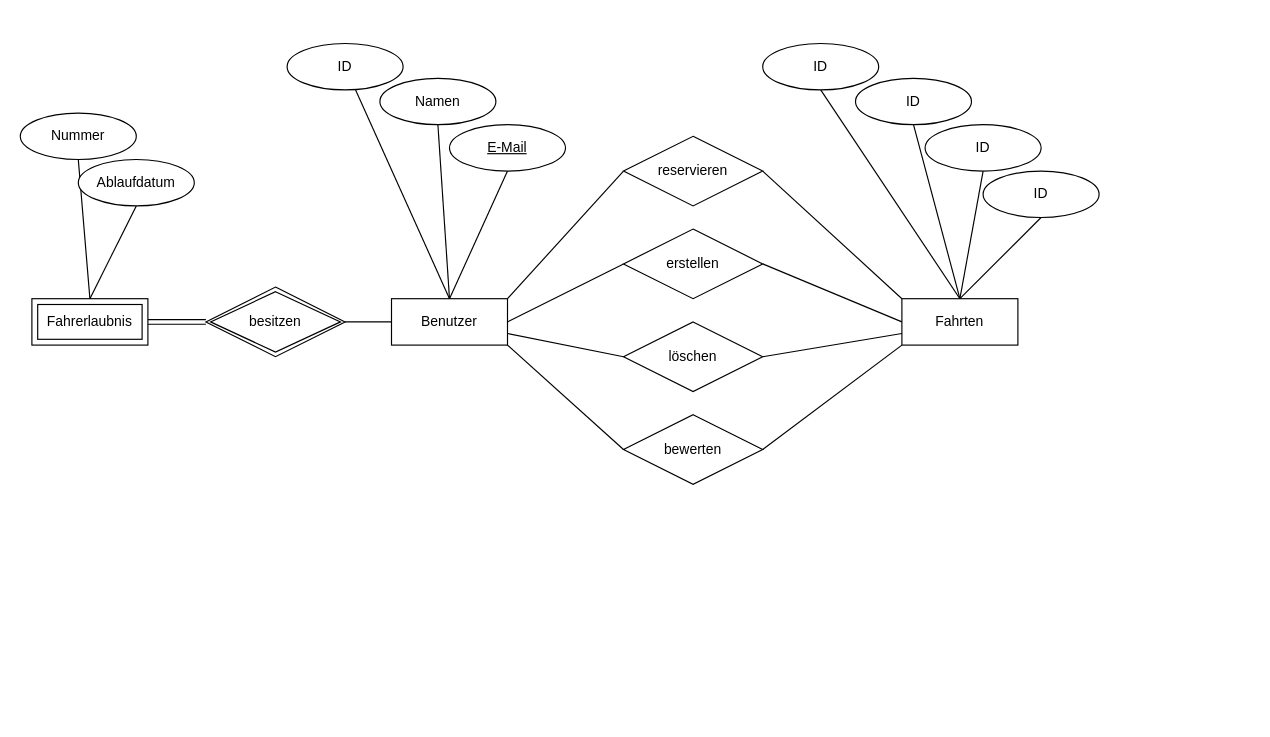
Before: block1-ws2122/Untitled Diagram.drawio in Deawsp/Datenbank, a draw.io diagram. Source tidied: cells renumbered, new cells numbered last; positions are measured from the earlier drawing's top-left corner, leaving out a move shared by most shapes. Both pictures are drawn from the tidied source at 116%, with x=0, y=0 at pixel (20, 43).
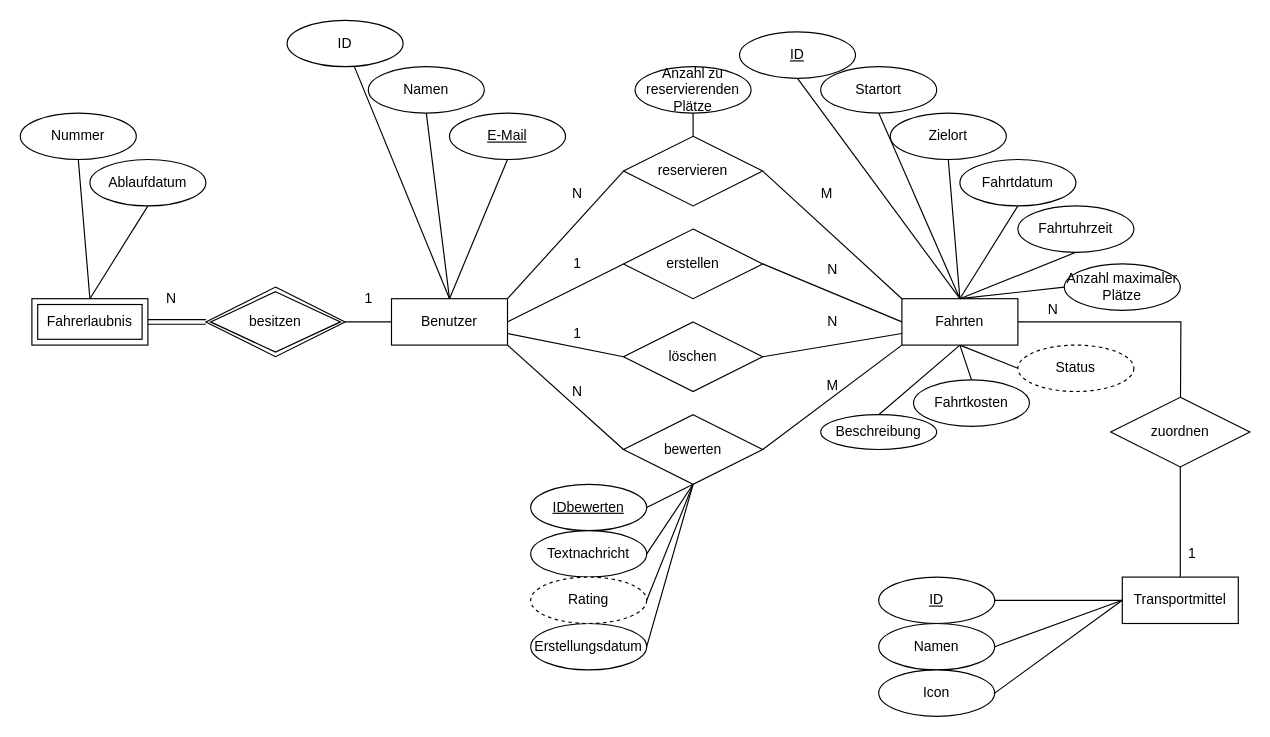
Above is the later version.

The change refers to these unchanged cells:
```xml
<mxCell id="8" value="Benutzer" style="whiteSpace=wrap;html=1;align=center;" parent="1" vertex="1">
  <mxGeometry x="320" y="220" width="100" height="40" as="geometry" />
</mxCell>
<mxCell id="10" value="Fahrerlaubnis" style="shape=ext;margin=3;double=1;whiteSpace=wrap;html=1;align=center;" parent="1" vertex="1">
  <mxGeometry x="10" y="220" width="100" height="40" as="geometry" />
</mxCell>
<mxCell id="19" value="Nummer" style="ellipse;whiteSpace=wrap;html=1;align=center;" parent="1" vertex="1">
  <mxGeometry y="60" width="100" height="40" as="geometry" />
</mxCell>
<mxCell id="23" value="Fahrten" style="whiteSpace=wrap;html=1;align=center;" parent="1" vertex="1">
  <mxGeometry x="760" y="220" width="100" height="40" as="geometry" />
</mxCell>
<mxCell id="25" value="reservieren" style="shape=rhombus;perimeter=rhombusPerimeter;whiteSpace=wrap;html=1;align=center;" parent="1" vertex="1">
  <mxGeometry x="520" y="80" width="120" height="60" as="geometry" />
</mxCell>
<mxCell id="30" value="bewerten" style="shape=rhombus;perimeter=rhombusPerimeter;whiteSpace=wrap;html=1;align=center;" parent="1" vertex="1">
  <mxGeometry x="520" y="320" width="120" height="60" as="geometry" />
</mxCell>
```

Diff of the diagram source:
```diff
@@
-    <mxCell id="3" style="rounded=0;jettySize=auto;html=1;exitX=0.5;exitY=0;exitDx=0;exitDy=0;endArrow=none;endFill=0;" parent="1" edge="1" source="8" target="13">
-      <mxGeometry relative="1" as="geometry" />
+    <mxCell id="3" style="rounded=0;jettySize=auto;html=1;exitX=0.5;exitY=0;exitDx=0;exitDy=0;endArrow=none;endFill=0;" parent="1" edge="1" source="8">
+      <mxGeometry relative="1" as="geometry">
+        <mxPoint x="287.9" y="19.7" as="targetPoint" />
+      </mxGeometry>
     </mxCell>
@@
     <mxCell id="13" value="ID" style="ellipse;whiteSpace=wrap;html=1;align=center;" parent="1" vertex="1">
-      <mxGeometry x="230" width="100" height="40" as="geometry" />
+      <mxGeometry x="230" y="-20" width="100" height="40" as="geometry" />
     </mxCell>
@@
     <mxCell id="15" value="Namen" style="ellipse;whiteSpace=wrap;html=1;align=center;" parent="1" vertex="1">
-      <mxGeometry x="310" y="30" width="100" height="40" as="geometry" />
+      <mxGeometry x="300" y="20" width="100" height="40" as="geometry" />
     </mxCell>
@@
     <mxCell id="17" value="&lt;u&gt;E-Mail&lt;/u&gt;" style="ellipse;whiteSpace=wrap;html=1;align=center;" parent="1" vertex="1">
-      <mxGeometry x="370" y="70" width="100" height="40" as="geometry" />
+      <mxGeometry x="370" y="60" width="100" height="40" as="geometry" />
     </mxCell>
-    <mxCell id="18" style="edgeStyle=none;rounded=0;jettySize=auto;html=1;exitX=0.5;exitY=1;exitDx=0;exitDy=0;entryX=0.5;entryY=0;entryDx=0;entryDy=0;endArrow=none;endFill=0;" parent="1" edge="1" source="19" target="10">
-      <mxGeometry relative="1" as="geometry" />
+    <mxCell id="18" style="edgeStyle=none;rounded=0;jettySize=auto;html=1;exitX=0.5;exitY=1;exitDx=0;exitDy=0;entryX=0.5;entryY=0;entryDx=0;entryDy=0;endArrow=none;endFill=0;" parent="1" edge="1" target="10">
+      <mxGeometry relative="1" as="geometry">
+        <mxPoint x="50" y="100" as="sourcePoint" />
+      </mxGeometry>
     </mxCell>
@@
     <mxCell id="21" value="Ablaufdatum" style="ellipse;whiteSpace=wrap;html=1;align=center;" parent="1" vertex="1">
-      <mxGeometry x="50" y="100" width="100" height="40" as="geometry" />
+      <mxGeometry x="60" y="100" width="100" height="40" as="geometry" />
     </mxCell>
@@
+    <mxCell id="39" style="edgeStyle=none;rounded=0;jettySize=auto;html=1;exitX=0.5;exitY=0;exitDx=0;exitDy=0;entryX=0.5;entryY=1;entryDx=0;entryDy=0;endArrow=none;endFill=0;" parent="1" edge="1" source="23" target="32">
+      <mxGeometry relative="1" as="geometry" />
+    </mxCell>
+    <mxCell id="40" style="edgeStyle=none;rounded=0;jettySize=auto;html=1;exitX=0.5;exitY=1;exitDx=0;exitDy=0;entryX=0.5;entryY=0;entryDx=0;entryDy=0;endArrow=none;endFill=0;" parent="1" edge="1" source="23" target="53">
+      <mxGeometry relative="1" as="geometry" />
+    </mxCell>
+    <mxCell id="41" style="edgeStyle=none;rounded=0;jettySize=auto;html=1;exitX=0.5;exitY=1;exitDx=0;exitDy=0;entryX=0.5;entryY=0;entryDx=0;entryDy=0;endArrow=none;endFill=0;" parent="1" edge="1" source="23" target="54">
+      <mxGeometry relative="1" as="geometry" />
+    </mxCell>
+    <mxCell id="42" style="edgeStyle=orthogonalEdgeStyle;rounded=0;jettySize=auto;html=1;exitX=1;exitY=0.5;exitDx=0;exitDy=0;endArrow=none;endFill=0;" parent="1" edge="1" source="23">
+      <mxGeometry relative="1" as="geometry">
+        <mxPoint x="1000" y="340" as="targetPoint" />
+      </mxGeometry>
+    </mxCell>
+    <mxCell id="43" style="edgeStyle=none;rounded=0;jettySize=auto;html=1;exitX=0.5;exitY=1;exitDx=0;exitDy=0;entryX=0;entryY=0.5;entryDx=0;entryDy=0;endArrow=none;endFill=0;" parent="1" edge="1" source="23" target="66">
+      <mxGeometry relative="1" as="geometry" />
+    </mxCell>
@@
+    <mxCell id="44" style="edgeStyle=none;rounded=0;jettySize=auto;html=1;exitX=0.5;exitY=1;exitDx=0;exitDy=0;entryX=1;entryY=0.5;entryDx=0;entryDy=0;endArrow=none;endFill=0;" parent="1" edge="1" source="30" target="67">
+      <mxGeometry relative="1" as="geometry" />
+    </mxCell>
+    <mxCell id="45" style="edgeStyle=none;rounded=0;jettySize=auto;html=1;exitX=0.5;exitY=1;exitDx=0;exitDy=0;entryX=1;entryY=0.5;entryDx=0;entryDy=0;endArrow=none;endFill=0;" parent="1" edge="1" source="30" target="68">
+      <mxGeometry relative="1" as="geometry" />
+    </mxCell>
+    <mxCell id="46" style="edgeStyle=none;rounded=0;jettySize=auto;html=1;exitX=0.5;exitY=1;exitDx=0;exitDy=0;entryX=1;entryY=0.5;entryDx=0;entryDy=0;endArrow=none;endFill=0;" parent="1" edge="1" source="30" target="69">
+      <mxGeometry relative="1" as="geometry" />
+    </mxCell>
+    <mxCell id="47" style="edgeStyle=none;rounded=0;jettySize=auto;html=1;exitX=0.5;exitY=1;exitDx=0;exitDy=0;entryX=1;entryY=0.5;entryDx=0;entryDy=0;endArrow=none;endFill=0;" parent="1" edge="1" source="30" target="70">
+      <mxGeometry relative="1" as="geometry" />
+    </mxCell>
@@
-    <mxCell id="31" style="edgeStyle=none;rounded=0;jettySize=auto;html=1;exitX=0.5;exitY=1;exitDx=0;exitDy=0;entryX=0.5;entryY=0;entryDx=0;entryDy=0;endArrow=none;endFill=0;" parent="1" edge="1" source="32" target="23">
-      <mxGeometry relative="1" as="geometry" />
-    </mxCell>
-    <mxCell id="32" value="ID" style="ellipse;whiteSpace=wrap;html=1;align=center;" parent="1" vertex="1">
-      <mxGeometry x="640" width="100" height="40" as="geometry" />
+    <mxCell id="32" value="&lt;u&gt;ID&lt;/u&gt;" style="ellipse;whiteSpace=wrap;html=1;align=center;" parent="1" vertex="1">
+      <mxGeometry x="620" y="-10" width="100" height="40" as="geometry" />
     </mxCell>
@@
-    <mxCell id="34" value="ID" style="ellipse;whiteSpace=wrap;html=1;align=center;" parent="1" vertex="1">
-      <mxGeometry x="720" y="30" width="100" height="40" as="geometry" />
+    <mxCell id="34" value="Startort" style="ellipse;whiteSpace=wrap;html=1;align=center;" parent="1" vertex="1">
+      <mxGeometry x="690" y="20" width="100" height="40" as="geometry" />
     </mxCell>
@@
-    <mxCell id="36" value="ID" style="ellipse;whiteSpace=wrap;html=1;align=center;" parent="1" vertex="1">
-      <mxGeometry x="780" y="70" width="100" height="40" as="geometry" />
+    <mxCell id="36" value="Zielort" style="ellipse;whiteSpace=wrap;html=1;align=center;" parent="1" vertex="1">
+      <mxGeometry x="750" y="60" width="100" height="40" as="geometry" />
     </mxCell>
-    <mxCell id="37" style="edgeStyle=none;rounded=0;jettySize=auto;html=1;exitX=0.5;exitY=1;exitDx=0;exitDy=0;endArrow=none;endFill=0;" parent="1" edge="1" source="38">
-      <mxGeometry relative="1" as="geometry">
-        <mxPoint x="810" y="220" as="targetPoint" />
-      </mxGeometry>
-    </mxCell>
+    <mxCell id="48" style="edgeStyle=none;rounded=0;jettySize=auto;html=1;exitX=0.5;exitY=1;exitDx=0;exitDy=0;entryX=0.5;entryY=0;entryDx=0;entryDy=0;endArrow=none;endFill=0;" parent="1" edge="1" source="38" target="23">
+      <mxGeometry relative="1" as="geometry" />
+    </mxCell>
-    <mxCell id="38" value="ID" style="ellipse;whiteSpace=wrap;html=1;align=center;" parent="1" vertex="1">
-      <mxGeometry x="830" y="110" width="100" height="40" as="geometry" />
+    <mxCell id="38" value="Fahrtdatum" style="ellipse;whiteSpace=wrap;html=1;align=center;" parent="1" vertex="1">
+      <mxGeometry x="810" y="100" width="100" height="40" as="geometry" />
     </mxCell>
+    <mxCell id="49" style="edgeStyle=none;rounded=0;jettySize=auto;html=1;exitX=0.5;exitY=1;exitDx=0;exitDy=0;entryX=0.5;entryY=0;entryDx=0;entryDy=0;endArrow=none;endFill=0;" parent="1" edge="1" source="50" target="23">
+      <mxGeometry relative="1" as="geometry" />
+    </mxCell>
+    <mxCell id="50" value="Fahrtuhrzeit" style="ellipse;whiteSpace=wrap;html=1;align=center;" parent="1" vertex="1">
+      <mxGeometry x="860" y="140" width="100" height="40" as="geometry" />
+    </mxCell>
+    <mxCell id="51" style="edgeStyle=none;rounded=0;jettySize=auto;html=1;exitX=0;exitY=0.5;exitDx=0;exitDy=0;entryX=0.5;entryY=0;entryDx=0;entryDy=0;endArrow=none;endFill=0;" parent="1" edge="1" source="52" target="23">
+      <mxGeometry relative="1" as="geometry" />
+    </mxCell>
+    <mxCell id="52" value="Anzahl maximaler Plätze" style="ellipse;whiteSpace=wrap;html=1;align=center;" parent="1" vertex="1">
+      <mxGeometry x="900" y="190" width="100" height="40" as="geometry" />
+    </mxCell>
+    <mxCell id="53" value="Beschreibung" style="ellipse;whiteSpace=wrap;html=1;align=center;" parent="1" vertex="1">
+      <mxGeometry x="690" y="320" width="100" height="30" as="geometry" />
+    </mxCell>
+    <mxCell id="54" value="Fahrtkosten" style="ellipse;whiteSpace=wrap;html=1;align=center;" parent="1" vertex="1">
+      <mxGeometry x="770" y="290" width="100" height="40" as="geometry" />
+    </mxCell>
+    <mxCell id="55" style="edgeStyle=none;rounded=0;jettySize=auto;html=1;exitX=0.5;exitY=1;exitDx=0;exitDy=0;entryX=0.5;entryY=0;entryDx=0;entryDy=0;endArrow=none;endFill=0;" parent="1" edge="1" source="56" target="25">
+      <mxGeometry relative="1" as="geometry" />
+    </mxCell>
+    <mxCell id="56" value="Anzahl zu reservierenden Plätze" style="ellipse;whiteSpace=wrap;html=1;align=center;" parent="1" vertex="1">
+      <mxGeometry x="530" y="20" width="100" height="40" as="geometry" />
+    </mxCell>
+    <mxCell id="57" style="edgeStyle=orthogonalEdgeStyle;rounded=0;jettySize=auto;html=1;exitX=0.5;exitY=1;exitDx=0;exitDy=0;entryX=0.5;entryY=0;entryDx=0;entryDy=0;endArrow=none;endFill=0;" parent="1" edge="1" source="58" target="59">
+      <mxGeometry relative="1" as="geometry" />
+    </mxCell>
+    <mxCell id="58" value="zuordnen" style="shape=rhombus;perimeter=rhombusPerimeter;whiteSpace=wrap;html=1;align=center;" parent="1" vertex="1">
+      <mxGeometry x="940" y="305" width="120" height="60" as="geometry" />
+    </mxCell>
+    <mxCell id="59" value="Transportmittel" style="whiteSpace=wrap;html=1;align=center;" parent="1" vertex="1">
+      <mxGeometry x="950" y="460" width="100" height="40" as="geometry" />
+    </mxCell>
+    <mxCell id="60" style="edgeStyle=none;rounded=0;jettySize=auto;html=1;exitX=1;exitY=0.5;exitDx=0;exitDy=0;entryX=0;entryY=0.5;entryDx=0;entryDy=0;endArrow=none;endFill=0;" parent="1" edge="1" source="61" target="59">
+      <mxGeometry relative="1" as="geometry" />
+    </mxCell>
+    <mxCell id="61" value="&lt;u&gt;ID&lt;/u&gt;" style="ellipse;whiteSpace=wrap;html=1;align=center;" parent="1" vertex="1">
+      <mxGeometry x="740" y="460" width="100" height="40" as="geometry" />
+    </mxCell>
+    <mxCell id="62" style="edgeStyle=none;rounded=0;jettySize=auto;html=1;exitX=1;exitY=0.5;exitDx=0;exitDy=0;endArrow=none;endFill=0;" parent="1" edge="1" source="63">
+      <mxGeometry relative="1" as="geometry">
+        <mxPoint x="950" y="480" as="targetPoint" />
+      </mxGeometry>
+    </mxCell>
+    <mxCell id="63" value="Namen" style="ellipse;whiteSpace=wrap;html=1;align=center;" parent="1" vertex="1">
+      <mxGeometry x="740" y="500" width="100" height="40" as="geometry" />
+    </mxCell>
+    <mxCell id="64" style="edgeStyle=none;rounded=0;jettySize=auto;html=1;exitX=1;exitY=0.5;exitDx=0;exitDy=0;entryX=0;entryY=0.5;entryDx=0;entryDy=0;endArrow=none;endFill=0;" parent="1" edge="1" source="65" target="59">
+      <mxGeometry relative="1" as="geometry" />
+    </mxCell>
+    <mxCell id="65" value="Icon" style="ellipse;whiteSpace=wrap;html=1;align=center;" parent="1" vertex="1">
+      <mxGeometry x="740" y="540" width="100" height="40" as="geometry" />
+    </mxCell>
+    <mxCell id="66" value="Status" style="ellipse;whiteSpace=wrap;html=1;align=center;dashed=1;" parent="1" vertex="1">
+      <mxGeometry x="860" y="260" width="100" height="40" as="geometry" />
+    </mxCell>
+    <mxCell id="67" value="&lt;u&gt;IDbewerten&lt;/u&gt;" style="ellipse;whiteSpace=wrap;html=1;align=center;" parent="1" vertex="1">
+      <mxGeometry x="440" y="380" width="100" height="40" as="geometry" />
+    </mxCell>
+    <mxCell id="68" value="Textnachricht" style="ellipse;whiteSpace=wrap;html=1;align=center;" parent="1" vertex="1">
+      <mxGeometry x="440" y="420" width="100" height="40" as="geometry" />
+    </mxCell>
+    <mxCell id="69" value="Erstellungsdatum" style="ellipse;whiteSpace=wrap;html=1;align=center;" parent="1" vertex="1">
+      <mxGeometry x="440" y="500" width="100" height="40" as="geometry" />
+    </mxCell>
+    <mxCell id="70" value="Rating" style="ellipse;whiteSpace=wrap;html=1;align=center;dashed=1;" parent="1" vertex="1">
+      <mxGeometry x="440" y="460" width="100" height="40" as="geometry" />
+    </mxCell>
+    <mxCell id="71" value="N" style="text;html=1;align=center;verticalAlign=middle;strokeColor=none;fillColor=none;" parent="1" vertex="1">
+      <mxGeometry x="880" y="220" width="20" height="20" as="geometry" />
+    </mxCell>
+    <mxCell id="72" value="1" style="text;html=1;align=center;verticalAlign=middle;strokeColor=none;fillColor=none;" parent="1" vertex="1">
+      <mxGeometry x="1000" y="430" width="20" height="20" as="geometry" />
+    </mxCell>
+    <mxCell id="73" value="1" style="text;html=1;align=center;verticalAlign=middle;strokeColor=none;fillColor=none;" parent="1" vertex="1">
+      <mxGeometry x="470" y="180" width="20" height="20" as="geometry" />
+    </mxCell>
+    <mxCell id="74" value="N" style="text;html=1;align=center;verticalAlign=middle;strokeColor=none;fillColor=none;" parent="1" vertex="1">
+      <mxGeometry x="690" y="185" width="20" height="20" as="geometry" />
+    </mxCell>
+    <mxCell id="75" value="1" style="text;html=1;align=center;verticalAlign=middle;strokeColor=none;fillColor=none;" parent="1" vertex="1">
+      <mxGeometry x="470" y="240" width="20" height="20" as="geometry" />
+    </mxCell>
+    <mxCell id="76" value="N" style="text;html=1;align=center;verticalAlign=middle;strokeColor=none;fillColor=none;" parent="1" vertex="1">
+      <mxGeometry x="690" y="230" width="20" height="20" as="geometry" />
+    </mxCell>
+    <mxCell id="77" value="N" style="text;html=1;align=center;verticalAlign=middle;strokeColor=none;fillColor=none;" parent="1" vertex="1">
+      <mxGeometry x="470" y="290" width="20" height="20" as="geometry" />
+    </mxCell>
+    <mxCell id="78" value="M" style="text;html=1;align=center;verticalAlign=middle;strokeColor=none;fillColor=none;" parent="1" vertex="1">
+      <mxGeometry x="685" y="285" width="30" height="20" as="geometry" />
+    </mxCell>
+    <mxCell id="79" value="N" style="text;html=1;align=center;verticalAlign=middle;strokeColor=none;fillColor=none;" parent="1" vertex="1">
+      <mxGeometry x="470" y="120" width="20" height="20" as="geometry" />
+    </mxCell>
+    <mxCell id="80" value="M" style="text;html=1;align=center;verticalAlign=middle;strokeColor=none;fillColor=none;" parent="1" vertex="1">
+      <mxGeometry x="680" y="120" width="30" height="20" as="geometry" />
+    </mxCell>
+    <mxCell id="81" value="N" style="text;html=1;align=center;verticalAlign=middle;strokeColor=none;fillColor=none;" parent="1" vertex="1">
+      <mxGeometry x="120" y="210" width="20" height="20" as="geometry" />
+    </mxCell>
+    <mxCell id="82" value="1" style="text;html=1;align=center;verticalAlign=middle;strokeColor=none;fillColor=none;" parent="1" vertex="1">
+      <mxGeometry x="290" y="210" width="20" height="20" as="geometry" />
+    </mxCell>
```
